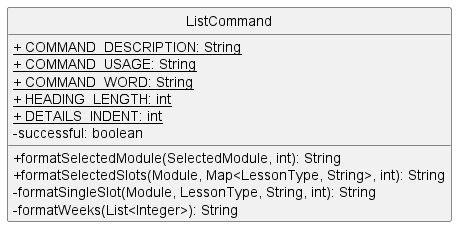
This is docs/images/ListCommandCLass.png from nus-cs2113-AY2223S1/tp, a PlantUML export, as it was before one commit.
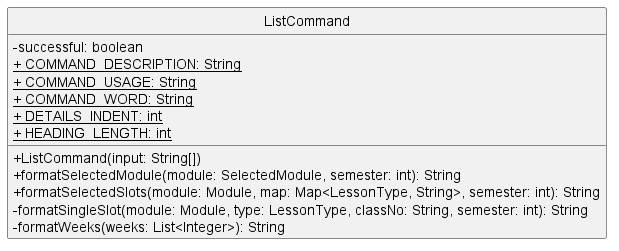
Later version of the same file.

Change to the diagram source:
```diff
@@ -3,17 +3,18 @@
 skinparam classAttributeIconSize 0
 
 class ListCommand {
+    - successful: boolean
     <u>+ COMMAND_DESCRIPTION: String
     <u>+ COMMAND_USAGE: String
     <u>+ COMMAND_WORD: String
+    <u>+ DETAILS_INDENT: int
     <u>+ HEADING_LENGTH: int
-    <u>+ DETAILS_INDENT: int
-    - successful: boolean
 
-    + formatSelectedModule(SelectedModule, int): String
-    + formatSelectedSlots(Module, Map<LessonType, String>, int): String
-    - formatSingleSlot(Module, LessonType, String, int): String
-    - formatWeeks(List<Integer>): String
+    + ListCommand(input: String[])
+    + formatSelectedModule(module: SelectedModule, semester: int): String
+    + formatSelectedSlots(module: Module, map: Map<LessonType, String>, semester: int): String
+    - formatSingleSlot(module: Module, type: LessonType, classNo: String, semester: int): String
+    - formatWeeks(weeks: List<Integer>): String
 }
 
 @enduml
```
